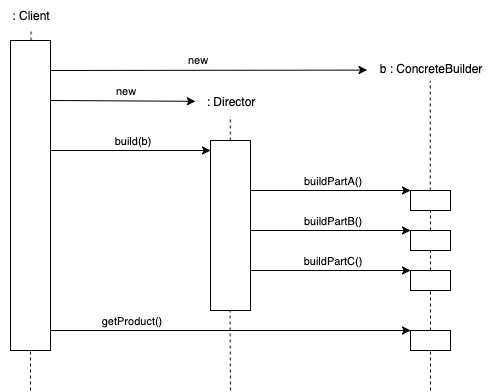
Above: assets/pattern/builder/builder-sequence.drawio.png in angelobdev/dispensa-ingsoft (draw.io), before the change. Source tidied: cells renumbered, new cells last; positions are measured from the earlier drawing's top-left corner, leaving out a move shared by most shapes. The source it was exported from:
```xml
<mxGraphModel>
  <root>
    <mxCell id="0" />
    <mxCell id="1" parent="0" />
    <mxCell id="2" style="html=1;points=[[0,0,0,0,5],[0,1,0,0,-5],[1,0,0,0,5],[1,1,0,0,-5]];perimeter=orthogonalPerimeter;outlineConnect=0;targetShapes=umlLifeline;portConstraint=eastwest;newEdgeStyle={&quot;curved&quot;:0,&quot;rounded&quot;:0};" parent="1" vertex="1">
      <mxGeometry x="10" y="40" width="40" height="310" as="geometry" />
    </mxCell>
    <mxCell id="3" style="html=1;points=[[0,0,0,0,5],[0,1,0,0,-5],[1,0,0,0,5],[1,1,0,0,-5]];perimeter=orthogonalPerimeter;outlineConnect=0;targetShapes=umlLifeline;portConstraint=eastwest;newEdgeStyle={&quot;curved&quot;:0,&quot;rounded&quot;:0};" parent="1" vertex="1">
      <mxGeometry x="210" y="140" width="40" height="170" as="geometry" />
    </mxCell>
    <mxCell id="4" value=": Client" style="text;html=1;align=center;verticalAlign=middle;strokeColor=none;fillColor=none;" parent="1" vertex="1">
      <mxGeometry width="60" height="30" as="geometry" />
    </mxCell>
    <mxCell id="5" value="&lt;div&gt;: Director&lt;/div&gt;" style="text;html=1;align=center;verticalAlign=middle;points=[];strokeColor=none;fillColor=none;" parent="1" vertex="1">
      <mxGeometry x="195" y="86" width="70" height="30" as="geometry" />
    </mxCell>
    <mxCell id="6" style="html=1;points=[[0,0,0,0,5],[0,1,0,0,-5],[1,0,0,0,5],[1,1,0,0,-5]];perimeter=orthogonalPerimeter;outlineConnect=0;targetShapes=umlLifeline;portConstraint=eastwest;newEdgeStyle={&quot;curved&quot;:0,&quot;rounded&quot;:0};" parent="1" vertex="1">
      <mxGeometry x="410" y="190" width="40" height="20" as="geometry" />
    </mxCell>
    <mxCell id="7" style="endArrow=classic;html=1;rounded=0;" parent="1" edge="1">
      <mxGeometry relative="1" as="geometry">
        <mxPoint x="50" y="150" as="sourcePoint" />
        <mxPoint x="210" y="150" as="targetPoint" />
      </mxGeometry>
    </mxCell>
    <mxCell id="8" value="build(b)" style="edgeLabel;html=1;align=center;verticalAlign=middle;" parent="7" vertex="1">
      <mxGeometry x="-0.16" y="2" relative="1" as="geometry">
        <mxPoint x="13" y="-8" as="offset" />
      </mxGeometry>
    </mxCell>
    <mxCell id="9" style="endArrow=none;dashed=1;html=1;rounded=0;" parent="1" edge="1">
      <mxGeometry relative="1" as="geometry">
        <mxPoint x="230" y="390" as="sourcePoint" />
        <mxPoint x="229.6" y="310" as="targetPoint" />
      </mxGeometry>
    </mxCell>
    <mxCell id="10" style="endArrow=none;dashed=1;html=1;rounded=0;" parent="1" edge="1" target="2">
      <mxGeometry relative="1" as="geometry">
        <mxPoint x="30" y="390" as="sourcePoint" />
      </mxGeometry>
    </mxCell>
    <mxCell id="11" style="endArrow=none;dashed=1;html=1;rounded=0;entryX=0.577;entryY=0.98;entryDx=0;entryDy=0;entryPerimeter=0;" parent="1" edge="1" source="2">
      <mxGeometry relative="1" as="geometry">
        <mxPoint x="30.6" y="29.4" as="targetPoint" />
      </mxGeometry>
    </mxCell>
    <mxCell id="12" style="endArrow=none;dashed=1;html=1;rounded=0;entryX=0.498;entryY=0.993;entryDx=0;entryDy=0;entryPerimeter=0;" parent="1" edge="1" source="3" target="5">
      <mxGeometry relative="1" as="geometry" />
    </mxCell>
    <mxCell id="13" value="b : ConcreteBuilder" style="text;html=1;align=center;verticalAlign=middle;points=[];strokeColor=none;fillColor=none;" parent="1" vertex="1">
      <mxGeometry x="365" y="53" width="130" height="30" as="geometry" />
    </mxCell>
    <mxCell id="14" style="endArrow=none;dashed=1;html=1;rounded=0;entryX=0.498;entryY=0.913;entryDx=0;entryDy=0;entryPerimeter=0;" parent="1" edge="1" source="6" target="13">
      <mxGeometry relative="1" as="geometry" />
    </mxCell>
    <mxCell id="15" style="endArrow=none;dashed=1;html=1;rounded=0;" parent="1" edge="1" source="21" target="6">
      <mxGeometry relative="1" as="geometry" />
    </mxCell>
    <mxCell id="16" style="endArrow=classic;html=1;rounded=0;entryX=0.012;entryY=0.553;entryDx=0;entryDy=0;entryPerimeter=0;" parent="1" edge="1" target="13">
      <mxGeometry relative="1" as="geometry">
        <mxPoint x="50" y="70" as="sourcePoint" />
      </mxGeometry>
    </mxCell>
    <mxCell id="17" value="new" style="edgeLabel;html=1;align=center;verticalAlign=middle;" parent="16" vertex="1">
      <mxGeometry x="-0.16" y="2" relative="1" as="geometry">
        <mxPoint x="13" y="-8" as="offset" />
      </mxGeometry>
    </mxCell>
    <mxCell id="18" style="endArrow=classic;html=1;rounded=0;" parent="1" edge="1" target="5">
      <mxGeometry relative="1" as="geometry">
        <mxPoint x="50" y="100" as="sourcePoint" />
      </mxGeometry>
    </mxCell>
    <mxCell id="19" value="new" style="edgeLabel;html=1;align=center;verticalAlign=middle;" parent="18" vertex="1">
      <mxGeometry x="-0.16" y="2" relative="1" as="geometry">
        <mxPoint x="13" y="-8" as="offset" />
      </mxGeometry>
    </mxCell>
    <mxCell id="20" style="endArrow=none;dashed=1;html=1;rounded=0;" parent="1" edge="1" target="21">
      <mxGeometry relative="1" as="geometry">
        <mxPoint x="430" y="390" as="sourcePoint" />
      </mxGeometry>
    </mxCell>
    <mxCell id="21" style="html=1;points=[[0,0,0,0,5],[0,1,0,0,-5],[1,0,0,0,5],[1,1,0,0,-5]];perimeter=orthogonalPerimeter;outlineConnect=0;targetShapes=umlLifeline;portConstraint=eastwest;newEdgeStyle={&quot;curved&quot;:0,&quot;rounded&quot;:0};" parent="1" vertex="1">
      <mxGeometry x="410" y="230" width="40" height="20" as="geometry" />
    </mxCell>
    <mxCell id="22" style="html=1;perimeter=orthogonalPerimeter;targetShapes=umlLifeline;newEdgeStyle={&quot;curved&quot;:0,&quot;rounded&quot;:0};" parent="1" vertex="1">
      <mxGeometry x="410" y="270" width="40" height="20" as="geometry" />
    </mxCell>
    <mxCell id="23" style="html=1;points=[[0,0,0,0,5],[0,1,0,0,-5],[1,0,0,0,5],[1,1,0,0,-5]];perimeter=orthogonalPerimeter;outlineConnect=0;targetShapes=umlLifeline;portConstraint=eastwest;newEdgeStyle={&quot;curved&quot;:0,&quot;rounded&quot;:0};" parent="1" vertex="1">
      <mxGeometry x="410" y="330" width="40" height="20" as="geometry" />
    </mxCell>
    <mxCell id="24" style="endArrow=classic;html=1;rounded=0;" parent="1" edge="1">
      <mxGeometry relative="1" as="geometry">
        <mxPoint x="250" y="190" as="sourcePoint" />
        <mxPoint x="410" y="190" as="targetPoint" />
      </mxGeometry>
    </mxCell>
    <mxCell id="25" value="buildPartA()" style="edgeLabel;html=1;align=center;verticalAlign=middle;" parent="24" vertex="1">
      <mxGeometry x="-0.16" y="2" relative="1" as="geometry">
        <mxPoint x="13" y="-8" as="offset" />
      </mxGeometry>
    </mxCell>
    <mxCell id="26" style="endArrow=classic;html=1;rounded=0;" parent="1" edge="1">
      <mxGeometry relative="1" as="geometry">
        <mxPoint x="250" y="230" as="sourcePoint" />
        <mxPoint x="410" y="230" as="targetPoint" />
      </mxGeometry>
    </mxCell>
    <mxCell id="27" value="buildPartB()" style="edgeLabel;html=1;align=center;verticalAlign=middle;" parent="26" vertex="1">
      <mxGeometry x="-0.16" y="2" relative="1" as="geometry">
        <mxPoint x="13" y="-8" as="offset" />
      </mxGeometry>
    </mxCell>
    <mxCell id="28" style="endArrow=classic;html=1;rounded=0;" parent="1" edge="1">
      <mxGeometry relative="1" as="geometry">
        <mxPoint x="250" y="270" as="sourcePoint" />
        <mxPoint x="410" y="270" as="targetPoint" />
      </mxGeometry>
    </mxCell>
    <mxCell id="29" value="buildPartC()" style="edgeLabel;html=1;align=center;verticalAlign=middle;" parent="28" vertex="1">
      <mxGeometry x="-0.16" y="2" relative="1" as="geometry">
        <mxPoint x="13" y="-8" as="offset" />
      </mxGeometry>
    </mxCell>
    <mxCell id="30" style="endArrow=classic;html=1;rounded=0;" parent="1" edge="1" target="23">
      <mxGeometry relative="1" as="geometry">
        <mxPoint x="50" y="330" as="sourcePoint" />
      </mxGeometry>
    </mxCell>
    <mxCell id="31" value="getProduct()" style="edgeLabel;html=1;align=center;verticalAlign=middle;" parent="30" vertex="1">
      <mxGeometry x="-0.16" y="2" relative="1" as="geometry">
        <mxPoint x="-72" y="-8" as="offset" />
      </mxGeometry>
    </mxCell>
  </root>
</mxGraphModel>
```
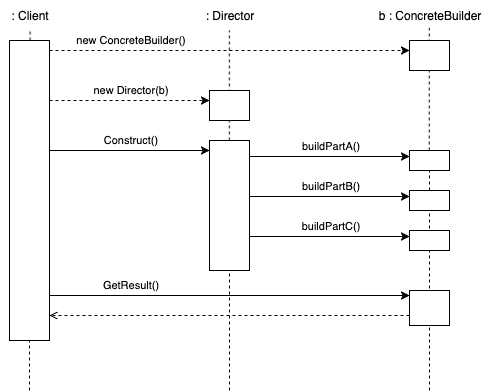
After the change.

Commit message:
Ridisegnati sequence diagram creazionali

Diff of the diagram source:
```diff
@@ -3,19 +3,19 @@
     <mxCell id="0" />
     <mxCell id="1" parent="0" />
     <mxCell id="2" style="html=1;points=[[0,0,0,0,5],[0,1,0,0,-5],[1,0,0,0,5],[1,1,0,0,-5]];perimeter=orthogonalPerimeter;outlineConnect=0;targetShapes=umlLifeline;portConstraint=eastwest;newEdgeStyle={&quot;curved&quot;:0,&quot;rounded&quot;:0};" parent="1" vertex="1">
-      <mxGeometry x="10" y="40" width="40" height="310" as="geometry" />
+      <mxGeometry x="10" y="40" width="40" height="300" as="geometry" />
     </mxCell>
     <mxCell id="3" style="html=1;points=[[0,0,0,0,5],[0,1,0,0,-5],[1,0,0,0,5],[1,1,0,0,-5]];perimeter=orthogonalPerimeter;outlineConnect=0;targetShapes=umlLifeline;portConstraint=eastwest;newEdgeStyle={&quot;curved&quot;:0,&quot;rounded&quot;:0};" parent="1" vertex="1">
-      <mxGeometry x="210" y="140" width="40" height="170" as="geometry" />
+      <mxGeometry x="210" y="140" width="40" height="130" as="geometry" />
     </mxCell>
     <mxCell id="4" value=": Client" style="text;html=1;align=center;verticalAlign=middle;strokeColor=none;fillColor=none;" parent="1" vertex="1">
       <mxGeometry width="60" height="30" as="geometry" />
     </mxCell>
     <mxCell id="5" value="&lt;div&gt;: Director&lt;/div&gt;" style="text;html=1;align=center;verticalAlign=middle;points=[];strokeColor=none;fillColor=none;" parent="1" vertex="1">
-      <mxGeometry x="195" y="86" width="70" height="30" as="geometry" />
+      <mxGeometry x="195" width="70" height="30" as="geometry" />
     </mxCell>
     <mxCell id="6" style="html=1;points=[[0,0,0,0,5],[0,1,0,0,-5],[1,0,0,0,5],[1,1,0,0,-5]];perimeter=orthogonalPerimeter;outlineConnect=0;targetShapes=umlLifeline;portConstraint=eastwest;newEdgeStyle={&quot;curved&quot;:0,&quot;rounded&quot;:0};" parent="1" vertex="1">
-      <mxGeometry x="410" y="190" width="40" height="20" as="geometry" />
+      <mxGeometry x="410" y="150" width="40" height="20" as="geometry" />
     </mxCell>
     <mxCell id="7" style="endArrow=classic;html=1;rounded=0;" parent="1" edge="1">
       <mxGeometry relative="1" as="geometry">
@@ -23,15 +23,14 @@
         <mxPoint x="210" y="150" as="targetPoint" />
       </mxGeometry>
     </mxCell>
-    <mxCell id="8" value="build(b)" style="edgeLabel;html=1;align=center;verticalAlign=middle;" parent="7" vertex="1">
+    <mxCell id="8" value="Construct()" style="edgeLabel;html=1;align=center;verticalAlign=middle;" parent="7" vertex="1">
       <mxGeometry x="-0.16" y="2" relative="1" as="geometry">
         <mxPoint x="13" y="-8" as="offset" />
       </mxGeometry>
     </mxCell>
-    <mxCell id="9" style="endArrow=none;dashed=1;html=1;rounded=0;" parent="1" edge="1">
+    <mxCell id="9" style="endArrow=none;dashed=1;html=1;rounded=0;" parent="1" edge="1" target="3">
       <mxGeometry relative="1" as="geometry">
         <mxPoint x="230" y="390" as="sourcePoint" />
-        <mxPoint x="229.6" y="310" as="targetPoint" />
       </mxGeometry>
     </mxCell>
     <mxCell id="10" style="endArrow=none;dashed=1;html=1;rounded=0;" parent="1" edge="1" target="2">
@@ -48,7 +47,7 @@
       <mxGeometry relative="1" as="geometry" />
     </mxCell>
     <mxCell id="13" value="b : ConcreteBuilder" style="text;html=1;align=center;verticalAlign=middle;points=[];strokeColor=none;fillColor=none;" parent="1" vertex="1">
-      <mxGeometry x="365" y="53" width="130" height="30" as="geometry" />
+      <mxGeometry x="365" width="130" height="30" as="geometry" />
     </mxCell>
     <mxCell id="14" style="endArrow=none;dashed=1;html=1;rounded=0;entryX=0.498;entryY=0.913;entryDx=0;entryDy=0;entryPerimeter=0;" parent="1" edge="1" source="6" target="13">
       <mxGeometry relative="1" as="geometry" />
@@ -56,44 +55,33 @@
     <mxCell id="15" style="endArrow=none;dashed=1;html=1;rounded=0;" parent="1" edge="1" source="21" target="6">
       <mxGeometry relative="1" as="geometry" />
     </mxCell>
-    <mxCell id="16" style="endArrow=classic;html=1;rounded=0;entryX=0.012;entryY=0.553;entryDx=0;entryDy=0;entryPerimeter=0;" parent="1" edge="1" target="13">
-      <mxGeometry relative="1" as="geometry">
-        <mxPoint x="50" y="70" as="sourcePoint" />
-      </mxGeometry>
-    </mxCell>
-    <mxCell id="17" value="new" style="edgeLabel;html=1;align=center;verticalAlign=middle;" parent="16" vertex="1">
-      <mxGeometry x="-0.16" y="2" relative="1" as="geometry">
-        <mxPoint x="13" y="-8" as="offset" />
-      </mxGeometry>
-    </mxCell>
-    <mxCell id="18" style="endArrow=classic;html=1;rounded=0;" parent="1" edge="1" target="5">
-      <mxGeometry relative="1" as="geometry">
-        <mxPoint x="50" y="100" as="sourcePoint" />
-      </mxGeometry>
-    </mxCell>
-    <mxCell id="19" value="new" style="edgeLabel;html=1;align=center;verticalAlign=middle;" parent="18" vertex="1">
-      <mxGeometry x="-0.16" y="2" relative="1" as="geometry">
-        <mxPoint x="13" y="-8" as="offset" />
-      </mxGeometry>
-    </mxCell>
     <mxCell id="20" style="endArrow=none;dashed=1;html=1;rounded=0;" parent="1" edge="1" target="21">
       <mxGeometry relative="1" as="geometry">
         <mxPoint x="430" y="390" as="sourcePoint" />
       </mxGeometry>
     </mxCell>
     <mxCell id="21" style="html=1;points=[[0,0,0,0,5],[0,1,0,0,-5],[1,0,0,0,5],[1,1,0,0,-5]];perimeter=orthogonalPerimeter;outlineConnect=0;targetShapes=umlLifeline;portConstraint=eastwest;newEdgeStyle={&quot;curved&quot;:0,&quot;rounded&quot;:0};" parent="1" vertex="1">
-      <mxGeometry x="410" y="230" width="40" height="20" as="geometry" />
+      <mxGeometry x="410" y="190" width="40" height="20" as="geometry" />
     </mxCell>
     <mxCell id="22" style="html=1;perimeter=orthogonalPerimeter;targetShapes=umlLifeline;newEdgeStyle={&quot;curved&quot;:0,&quot;rounded&quot;:0};" parent="1" vertex="1">
-      <mxGeometry x="410" y="270" width="40" height="20" as="geometry" />
+      <mxGeometry x="410" y="230" width="40" height="20" as="geometry" />
     </mxCell>
+    <mxCell id="32" style="edgeStyle=orthogonalEdgeStyle;rounded=0;jettySize=auto;html=1;curved=0;dashed=1;endArrow=open;endFill=0;" parent="1" edge="1" source="23">
+      <mxGeometry relative="1" as="geometry">
+        <mxPoint x="50" y="315" as="targetPoint" />
+        <Array as="points">
+          <mxPoint x="140" y="315" />
+          <mxPoint x="140" y="315" />
+        </Array>
+      </mxGeometry>
+    </mxCell>
     <mxCell id="23" style="html=1;points=[[0,0,0,0,5],[0,1,0,0,-5],[1,0,0,0,5],[1,1,0,0,-5]];perimeter=orthogonalPerimeter;outlineConnect=0;targetShapes=umlLifeline;portConstraint=eastwest;newEdgeStyle={&quot;curved&quot;:0,&quot;rounded&quot;:0};" parent="1" vertex="1">
-      <mxGeometry x="410" y="330" width="40" height="20" as="geometry" />
+      <mxGeometry x="410" y="290" width="40" height="35" as="geometry" />
     </mxCell>
     <mxCell id="24" style="endArrow=classic;html=1;rounded=0;" parent="1" edge="1">
       <mxGeometry relative="1" as="geometry">
-        <mxPoint x="250" y="190" as="sourcePoint" />
-        <mxPoint x="410" y="190" as="targetPoint" />
+        <mxPoint x="250" y="156" as="sourcePoint" />
+        <mxPoint x="410" y="156" as="targetPoint" />
       </mxGeometry>
     </mxCell>
     <mxCell id="25" value="buildPartA()" style="edgeLabel;html=1;align=center;verticalAlign=middle;" parent="24" vertex="1">
@@ -103,8 +91,8 @@
     </mxCell>
     <mxCell id="26" style="endArrow=classic;html=1;rounded=0;" parent="1" edge="1">
       <mxGeometry relative="1" as="geometry">
-        <mxPoint x="250" y="230" as="sourcePoint" />
-        <mxPoint x="410" y="230" as="targetPoint" />
+        <mxPoint x="250" y="196" as="sourcePoint" />
+        <mxPoint x="410" y="196" as="targetPoint" />
       </mxGeometry>
     </mxCell>
     <mxCell id="27" value="buildPartB()" style="edgeLabel;html=1;align=center;verticalAlign=middle;" parent="26" vertex="1">
@@ -114,8 +102,8 @@
     </mxCell>
     <mxCell id="28" style="endArrow=classic;html=1;rounded=0;" parent="1" edge="1">
       <mxGeometry relative="1" as="geometry">
-        <mxPoint x="250" y="270" as="sourcePoint" />
-        <mxPoint x="410" y="270" as="targetPoint" />
+        <mxPoint x="250" y="236" as="sourcePoint" />
+        <mxPoint x="410" y="236" as="targetPoint" />
       </mxGeometry>
     </mxCell>
     <mxCell id="29" value="buildPartC()" style="edgeLabel;html=1;align=center;verticalAlign=middle;" parent="28" vertex="1">
@@ -125,13 +113,40 @@
     </mxCell>
     <mxCell id="30" style="endArrow=classic;html=1;rounded=0;" parent="1" edge="1" target="23">
       <mxGeometry relative="1" as="geometry">
-        <mxPoint x="50" y="330" as="sourcePoint" />
+        <mxPoint x="50" y="295" as="sourcePoint" />
       </mxGeometry>
     </mxCell>
-    <mxCell id="31" value="getProduct()" style="edgeLabel;html=1;align=center;verticalAlign=middle;" parent="30" vertex="1">
+    <mxCell id="31" value="GetResult()" style="edgeLabel;html=1;align=center;verticalAlign=middle;" parent="30" vertex="1">
       <mxGeometry x="-0.16" y="2" relative="1" as="geometry">
         <mxPoint x="-72" y="-8" as="offset" />
       </mxGeometry>
     </mxCell>
+    <mxCell id="33" style="html=1;perimeter=orthogonalPerimeter;targetShapes=umlLifeline;newEdgeStyle={&quot;curved&quot;:0,&quot;rounded&quot;:0};" parent="1" vertex="1">
+      <mxGeometry x="210" y="90" width="40" height="30" as="geometry" />
+    </mxCell>
+    <mxCell id="34" style="html=1;points=[[0,0,0,0,5],[0,1,0,0,-5],[1,0,0,0,5],[1,1,0,0,-5]];perimeter=orthogonalPerimeter;outlineConnect=0;targetShapes=umlLifeline;portConstraint=eastwest;newEdgeStyle={&quot;curved&quot;:0,&quot;rounded&quot;:0};" parent="1" vertex="1">
+      <mxGeometry x="410" y="40" width="40" height="30" as="geometry" />
+    </mxCell>
+    <mxCell id="35" style="endArrow=classic;html=1;rounded=0;dashed=1;" parent="1" edge="1" target="34">
+      <mxGeometry relative="1" as="geometry">
+        <mxPoint x="50" y="50" as="sourcePoint" />
+      </mxGeometry>
+    </mxCell>
+    <mxCell id="36" value="new ConcreteBuilder()" style="edgeLabel;html=1;align=center;verticalAlign=middle;" parent="35" vertex="1">
+      <mxGeometry x="-0.16" y="2" relative="1" as="geometry">
+        <mxPoint x="-72" y="-8" as="offset" />
+      </mxGeometry>
+    </mxCell>
+    <mxCell id="37" style="endArrow=classic;html=1;rounded=0;dashed=1;" parent="1" edge="1">
+      <mxGeometry relative="1" as="geometry">
+        <mxPoint x="50" y="100" as="sourcePoint" />
+        <mxPoint x="210" y="100" as="targetPoint" />
+      </mxGeometry>
+    </mxCell>
+    <mxCell id="38" value="new Director(b)" style="edgeLabel;html=1;align=center;verticalAlign=middle;" parent="37" vertex="1">
+      <mxGeometry x="-0.16" y="2" relative="1" as="geometry">
+        <mxPoint x="13" y="-8" as="offset" />
+      </mxGeometry>
+    </mxCell>
   </root>
 </mxGraphModel>
```
